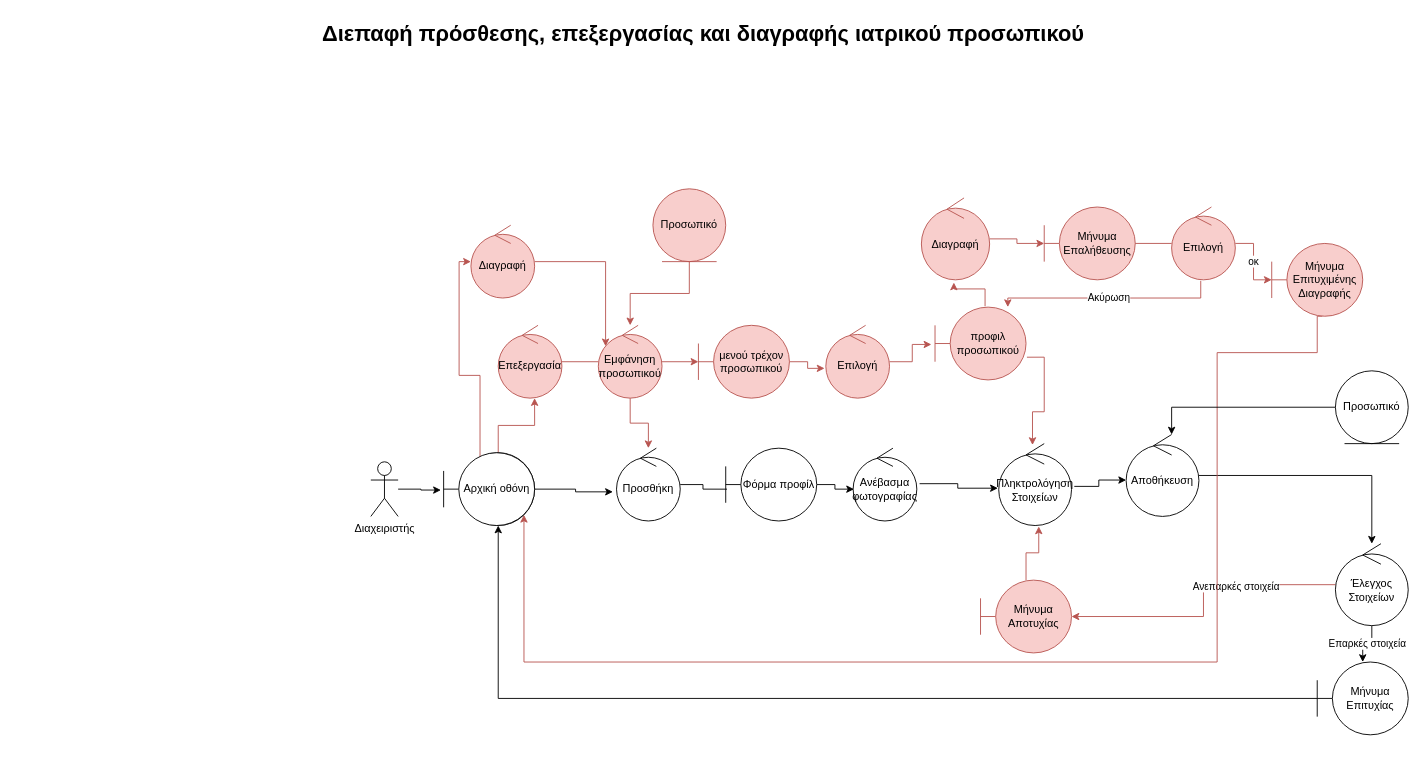
Earlier version of the draw.io diagram 3η Παραδοση/spyros_robustness/r_epeksergasia_iatrikou.drawio (PMamasoulas/SoftwareEngineeringProject). Source tidied: cells renumbered, new cells numbered last; positions are measured from the earlier drawing's top-left corner, leaving out a move shared by most shapes. Both pictures are drawn from the tidied source at 91%, with x=0, y=0 at pixel (15, 15).
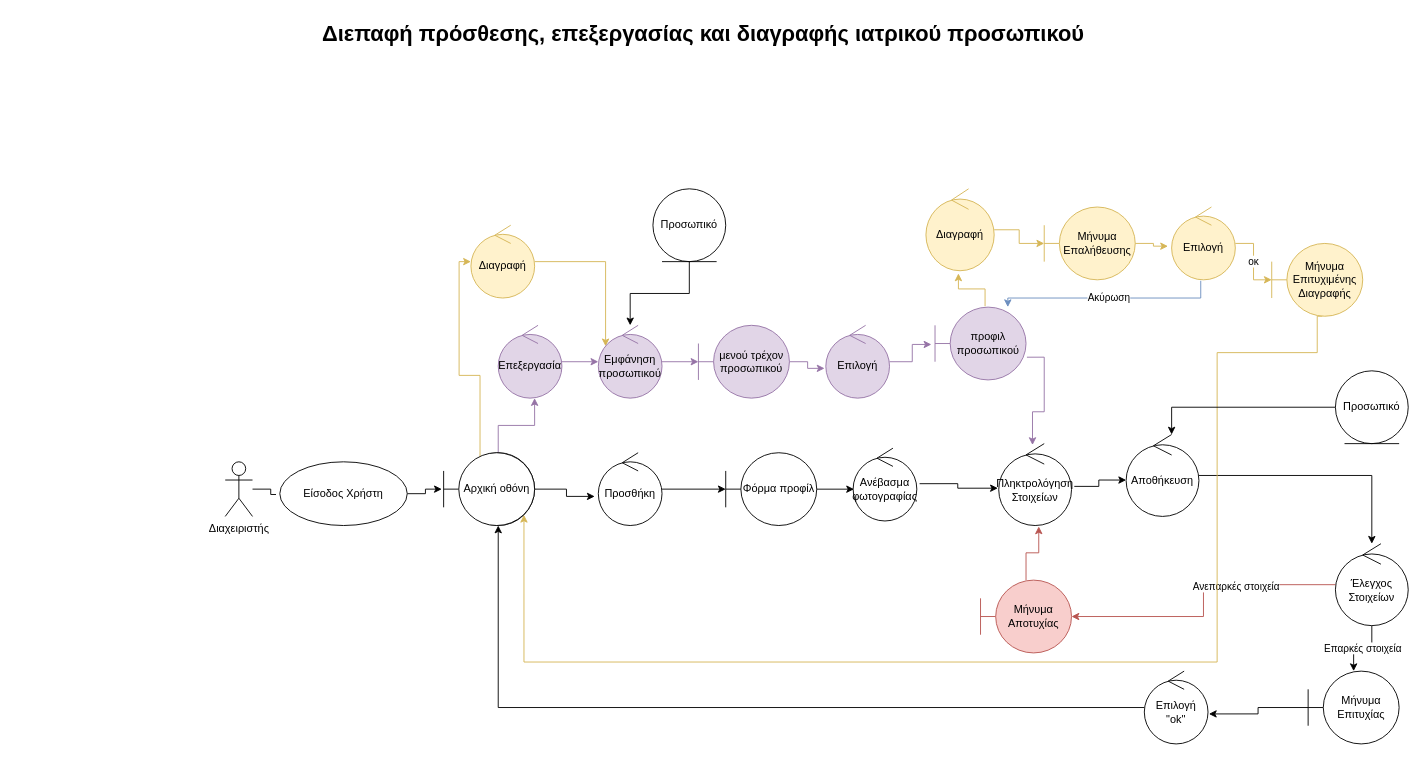
The same diagram, later.

The change refers to these unchanged cells:
```xml
<mxCell id="10" value="Αρχική οθόνη" style="ellipse;whiteSpace=wrap;html=1;" parent="1" vertex="1">
  <mxGeometry x="490" y="480" width="80" height="80" as="geometry" />
</mxCell>
<mxCell id="13" value="&lt;div&gt;Πληκτρολόγηση Στοιχείων&lt;br&gt;&lt;/div&gt;" style="ellipse;shape=umlControl;whiteSpace=wrap;html=1;" parent="1" vertex="1">
  <mxGeometry x="1080" y="470" width="80" height="90" as="geometry" />
</mxCell>
<mxCell id="42" value="Αρχική οθόνη" style="shape=umlBoundary;whiteSpace=wrap;html=1;" parent="1" vertex="1">
  <mxGeometry x="470" y="480" width="100" height="80" as="geometry" />
</mxCell>
```

The edit, as a diff of the source:
```diff
@@
+    <mxCell id="54" style="edgeStyle=orthogonalEdgeStyle;rounded=0;jettySize=auto;html=1;entryX=0;entryY=0.5;entryDx=0;entryDy=0;entryPerimeter=0;" parent="1" edge="1" source="4" target="53">
+      <mxGeometry relative="1" as="geometry" />
+    </mxCell>
     <mxCell id="4" value="Προσθήκη" style="ellipse;shape=umlControl;whiteSpace=wrap;html=1;" parent="1" vertex="1">
-      <mxGeometry x="660" y="475" width="70" height="80" as="geometry" />
+      <mxGeometry x="640" y="480" width="70" height="80" as="geometry" />
     </mxCell>
-    <mxCell id="5" style="edgeStyle=orthogonalEdgeStyle;rounded=0;jettySize=auto;html=1;entryX=-0.03;entryY=0.513;entryDx=0;entryDy=0;entryPerimeter=0;" parent="1" edge="1" source="6" target="42">
+    <mxCell id="5" style="edgeStyle=orthogonalEdgeStyle;rounded=0;jettySize=auto;html=1;startArrow=none;entryX=-0.02;entryY=0.5;entryDx=0;entryDy=0;entryPerimeter=0;" parent="1" edge="1" source="56" target="42">
       <mxGeometry relative="1" as="geometry" />
     </mxCell>
     <mxCell id="6" value="Διαχειριστής" style="shape=umlActor;verticalLabelPosition=bottom;verticalAlign=top;html=1;outlineConnect=0;" parent="1" vertex="1">
-      <mxGeometry x="390" y="490" width="30" height="60" as="geometry" />
+      <mxGeometry x="230" y="490" width="30" height="60" as="geometry" />
     </mxCell>
@@
-    <mxCell id="8" style="edgeStyle=orthogonalEdgeStyle;rounded=0;jettySize=auto;html=1;entryX=0.571;entryY=1;entryDx=0;entryDy=0;entryPerimeter=0;fillColor=#f8cecc;strokeColor=#b85450;" parent="1" edge="1" source="10" target="26">
+    <mxCell id="8" style="edgeStyle=orthogonalEdgeStyle;rounded=0;jettySize=auto;html=1;entryX=0.571;entryY=1;entryDx=0;entryDy=0;entryPerimeter=0;fillColor=#e1d5e7;strokeColor=#9673a6;" parent="1" edge="1" source="10" target="26">
       <mxGeometry relative="1" as="geometry" />
     </mxCell>
-    <mxCell id="9" style="edgeStyle=orthogonalEdgeStyle;rounded=0;jettySize=auto;html=1;fillColor=#f8cecc;strokeColor=#b85450;" parent="1" edge="1" source="10" target="34">
+    <mxCell id="9" style="edgeStyle=orthogonalEdgeStyle;rounded=0;jettySize=auto;html=1;fillColor=#fff2cc;strokeColor=#d6b656;" parent="1" edge="1" source="10" target="34">
       <mxGeometry relative="1" as="geometry">
         <Array as="points">
           <mxPoint x="510" y="395" />
           <mxPoint x="487" y="395" />
           <mxPoint x="487" y="270" />
         </Array>
       </mxGeometry>
     </mxCell>
@@
-    <mxCell id="21" style="edgeStyle=orthogonalEdgeStyle;rounded=0;jettySize=auto;html=1;entryX=0.5;entryY=1;entryDx=0;entryDy=0;" parent="1" edge="1" source="22" target="10">
+    <mxCell id="21" style="edgeStyle=orthogonalEdgeStyle;rounded=0;jettySize=auto;html=1;entryX=0.5;entryY=1;entryDx=0;entryDy=0;startArrow=none;" parent="1" edge="1" source="58" target="10">
       <mxGeometry relative="1" as="geometry" />
     </mxCell>
+    <mxCell id="55" style="edgeStyle=orthogonalEdgeStyle;rounded=0;jettySize=auto;html=1;entryX=1.014;entryY=0.588;entryDx=0;entryDy=0;entryPerimeter=0;" parent="1" edge="1" source="22" target="58">
+      <mxGeometry relative="1" as="geometry" />
+    </mxCell>
     <mxCell id="22" value="Μήνυμα Επιτυχίας" style="shape=umlBoundary;whiteSpace=wrap;html=1;fontFamily=Helvetica;fontSize=12;fontColor=#000000;align=center;strokeColor=#000000;fillColor=#ffffff;" parent="1" vertex="1">
-      <mxGeometry x="1430" y="710" width="100" height="80" as="geometry" />
+      <mxGeometry x="1420" y="720" width="100" height="80" as="geometry" />
     </mxCell>
@@
-    <mxCell id="25" style="edgeStyle=orthogonalEdgeStyle;rounded=0;jettySize=auto;html=1;entryX=0;entryY=0.5;entryDx=0;entryDy=0;fillColor=#f8cecc;strokeColor=#b85450;startArrow=none;" parent="1" edge="1" source="51" target="28">
+    <mxCell id="25" style="edgeStyle=orthogonalEdgeStyle;rounded=0;jettySize=auto;html=1;entryX=0;entryY=0.5;entryDx=0;entryDy=0;fillColor=#e1d5e7;strokeColor=#9673a6;startArrow=none;" parent="1" edge="1" source="51" target="28">
       <mxGeometry relative="1" as="geometry" />
     </mxCell>
+    <mxCell id="52" style="edgeStyle=orthogonalEdgeStyle;rounded=0;jettySize=auto;html=1;entryX=0;entryY=0.5;entryDx=0;entryDy=0;entryPerimeter=0;fillColor=#e1d5e7;strokeColor=#9673a6;" parent="1" edge="1" source="26" target="51">
+      <mxGeometry relative="1" as="geometry" />
+    </mxCell>
-    <mxCell id="26" value="Επεξεργασία" style="ellipse;shape=umlControl;whiteSpace=wrap;html=1;fillColor=#f8cecc;strokeColor=#b85450;" parent="1" vertex="1">
+    <mxCell id="26" value="Επεξεργασία" style="ellipse;shape=umlControl;whiteSpace=wrap;html=1;fillColor=#e1d5e7;strokeColor=#9673a6;" parent="1" vertex="1">
       <mxGeometry x="530" y="340" width="70" height="80" as="geometry" />
     </mxCell>
-    <mxCell id="27" style="edgeStyle=orthogonalEdgeStyle;rounded=0;jettySize=auto;html=1;entryX=-0.02;entryY=0.591;entryDx=0;entryDy=0;entryPerimeter=0;fillColor=#f8cecc;strokeColor=#b85450;" parent="1" edge="1" source="28" target="30">
+    <mxCell id="27" style="edgeStyle=orthogonalEdgeStyle;rounded=0;jettySize=auto;html=1;entryX=-0.02;entryY=0.591;entryDx=0;entryDy=0;entryPerimeter=0;fillColor=#e1d5e7;strokeColor=#9673a6;" parent="1" edge="1" source="28" target="30">
       <mxGeometry relative="1" as="geometry" />
     </mxCell>
-    <mxCell id="28" value="μενού τρέχον προσωπικού" style="shape=umlBoundary;whiteSpace=wrap;html=1;fontFamily=Helvetica;fontSize=12;align=center;strokeColor=#b85450;fillColor=#f8cecc;" parent="1" vertex="1">
+    <mxCell id="28" value="μενού τρέχον προσωπικού" style="shape=umlBoundary;whiteSpace=wrap;html=1;fontFamily=Helvetica;fontSize=12;align=center;strokeColor=#9673a6;fillColor=#e1d5e7;" parent="1" vertex="1">
       <mxGeometry x="750" y="340" width="100" height="80" as="geometry" />
     </mxCell>
-    <mxCell id="29" style="edgeStyle=orthogonalEdgeStyle;rounded=0;jettySize=auto;html=1;entryX=-0.04;entryY=0.513;entryDx=0;entryDy=0;entryPerimeter=0;fillColor=#f8cecc;strokeColor=#b85450;" parent="1" edge="1" source="30" target="43">
+    <mxCell id="29" style="edgeStyle=orthogonalEdgeStyle;rounded=0;jettySize=auto;html=1;entryX=-0.04;entryY=0.513;entryDx=0;entryDy=0;entryPerimeter=0;fillColor=#e1d5e7;strokeColor=#9673a6;" parent="1" edge="1" source="30" target="43">
       <mxGeometry relative="1" as="geometry" />
     </mxCell>
-    <mxCell id="30" value="Επιλογή" style="ellipse;shape=umlControl;whiteSpace=wrap;html=1;fillColor=#f8cecc;strokeColor=#b85450;" parent="1" vertex="1">
+    <mxCell id="30" value="Επιλογή" style="ellipse;shape=umlControl;whiteSpace=wrap;html=1;fillColor=#e1d5e7;strokeColor=#9673a6;" parent="1" vertex="1">
       <mxGeometry x="890" y="340" width="70" height="80" as="geometry" />
     </mxCell>
-    <mxCell id="31" style="edgeStyle=orthogonalEdgeStyle;rounded=0;jettySize=auto;html=1;entryX=0.464;entryY=0.017;entryDx=0;entryDy=0;entryPerimeter=0;exitX=1.01;exitY=0.688;exitDx=0;exitDy=0;exitPerimeter=0;fillColor=#f8cecc;strokeColor=#b85450;" parent="1" edge="1" source="43" target="13">
+    <mxCell id="31" style="edgeStyle=orthogonalEdgeStyle;rounded=0;jettySize=auto;html=1;entryX=0.464;entryY=0.017;entryDx=0;entryDy=0;entryPerimeter=0;exitX=1.01;exitY=0.688;exitDx=0;exitDy=0;exitPerimeter=0;fillColor=#e1d5e7;strokeColor=#9673a6;" parent="1" edge="1" source="43" target="13">
       <mxGeometry relative="1" as="geometry" />
     </mxCell>
-    <mxCell id="32" style="edgeStyle=orthogonalEdgeStyle;rounded=0;jettySize=auto;html=1;entryX=0.476;entryY=1.033;entryDx=0;entryDy=0;entryPerimeter=0;fillColor=#f8cecc;strokeColor=#b85450;exitX=0.55;exitY=-0.012;exitDx=0;exitDy=0;exitPerimeter=0;" parent="1" edge="1" source="43" target="36">
+    <mxCell id="32" style="edgeStyle=orthogonalEdgeStyle;rounded=0;jettySize=auto;html=1;entryX=0.476;entryY=1.033;entryDx=0;entryDy=0;entryPerimeter=0;fillColor=#fff2cc;strokeColor=#d6b656;exitX=0.55;exitY=-0.012;exitDx=0;exitDy=0;exitPerimeter=0;" parent="1" edge="1" source="43" target="36">
       <mxGeometry relative="1" as="geometry" />
     </mxCell>
-    <mxCell id="33" style="edgeStyle=orthogonalEdgeStyle;rounded=0;jettySize=auto;html=1;entryX=0.114;entryY=0.288;entryDx=0;entryDy=0;fillColor=#f8cecc;strokeColor=#b85450;entryPerimeter=0;" parent="1" edge="1" source="34" target="51">
+    <mxCell id="33" style="edgeStyle=orthogonalEdgeStyle;rounded=0;jettySize=auto;html=1;entryX=0.114;entryY=0.288;entryDx=0;entryDy=0;fillColor=#fff2cc;strokeColor=#d6b656;entryPerimeter=0;" parent="1" edge="1" source="34" target="51">
       <mxGeometry relative="1" as="geometry" />
     </mxCell>
-    <mxCell id="34" value="Διαγραφή" style="ellipse;shape=umlControl;whiteSpace=wrap;html=1;fillColor=#f8cecc;strokeColor=#b85450;" parent="1" vertex="1">
+    <mxCell id="34" value="Διαγραφή" style="ellipse;shape=umlControl;whiteSpace=wrap;html=1;fillColor=#fff2cc;strokeColor=#d6b656;" parent="1" vertex="1">
       <mxGeometry x="500" y="230" width="70" height="80" as="geometry" />
     </mxCell>
-    <mxCell id="35" style="edgeStyle=orthogonalEdgeStyle;rounded=0;jettySize=auto;html=1;entryX=0;entryY=0.5;entryDx=0;entryDy=0;fillColor=#f8cecc;strokeColor=#b85450;" parent="1" edge="1" source="36" target="39">
+    <mxCell id="35" style="edgeStyle=orthogonalEdgeStyle;rounded=0;jettySize=auto;html=1;entryX=0;entryY=0.5;entryDx=0;entryDy=0;fillColor=#fff2cc;strokeColor=#d6b656;" parent="1" edge="1" source="36" target="39">
       <mxGeometry relative="1" as="geometry" />
     </mxCell>
-    <mxCell id="36" value="Διαγραφή" style="ellipse;shape=umlControl;whiteSpace=wrap;html=1;fillColor=#f8cecc;strokeColor=#b85450;" parent="1" vertex="1">
-      <mxGeometry x="995" y="200" width="75" height="90" as="geometry" />
+    <mxCell id="36" value="Διαγραφή" style="ellipse;shape=umlControl;whiteSpace=wrap;html=1;fillColor=#fff2cc;strokeColor=#d6b656;" parent="1" vertex="1">
+      <mxGeometry x="1000" y="190" width="75" height="90" as="geometry" />
     </mxCell>
-    <mxCell id="37" value="οκ" style="edgeStyle=orthogonalEdgeStyle;rounded=0;jettySize=auto;html=1;entryX=0;entryY=0.5;entryDx=0;entryDy=0;fillColor=#f8cecc;strokeColor=#b85450;startArrow=none;" parent="1" edge="1" source="44" target="41">
+    <mxCell id="37" value="οκ" style="edgeStyle=orthogonalEdgeStyle;rounded=0;jettySize=auto;html=1;entryX=0;entryY=0.5;entryDx=0;entryDy=0;fillColor=#fff2cc;strokeColor=#d6b656;startArrow=none;" parent="1" edge="1" source="44" target="41">
       <mxGeometry relative="1" as="geometry" />
     </mxCell>
-    <mxCell id="38" value="Ακύρωση" style="edgeStyle=orthogonalEdgeStyle;rounded=0;jettySize=auto;html=1;fillColor=#f8cecc;strokeColor=#b85450;exitX=0.457;exitY=1.013;exitDx=0;exitDy=0;exitPerimeter=0;" parent="1" edge="1" source="44" target="43">
+    <mxCell id="38" value="Ακύρωση" style="edgeStyle=orthogonalEdgeStyle;rounded=0;jettySize=auto;html=1;fillColor=#dae8fc;strokeColor=#6c8ebf;exitX=0.457;exitY=1.013;exitDx=0;exitDy=0;exitPerimeter=0;" parent="1" edge="1" source="44" target="43">
       <mxGeometry relative="1" as="geometry">
         <Array as="points">
           <mxPoint x="1302" y="310" />
           <mxPoint x="1090" y="310" />
         </Array>
       </mxGeometry>
     </mxCell>
+    <mxCell id="45" style="edgeStyle=orthogonalEdgeStyle;rounded=0;jettySize=auto;html=1;entryX=-0.057;entryY=0.538;entryDx=0;entryDy=0;entryPerimeter=0;fillColor=#fff2cc;strokeColor=#d6b656;" parent="1" edge="1" source="39" target="44">
+      <mxGeometry relative="1" as="geometry" />
+    </mxCell>
-    <mxCell id="39" value="Μήνυμα Επαλήθευσης" style="shape=umlBoundary;whiteSpace=wrap;html=1;fontFamily=Helvetica;fontSize=12;align=center;strokeColor=#b85450;fillColor=#f8cecc;" parent="1" vertex="1">
+    <mxCell id="39" value="Μήνυμα Επαλήθευσης" style="shape=umlBoundary;whiteSpace=wrap;html=1;fontFamily=Helvetica;fontSize=12;align=center;strokeColor=#d6b656;fillColor=#fff2cc;" parent="1" vertex="1">
       <mxGeometry x="1130" y="210" width="100" height="80" as="geometry" />
     </mxCell>
-    <mxCell id="40" style="edgeStyle=orthogonalEdgeStyle;rounded=0;jettySize=auto;html=1;entryX=1;entryY=1;entryDx=0;entryDy=0;fillColor=#f8cecc;strokeColor=#b85450;exitX=0.556;exitY=1;exitDx=0;exitDy=0;exitPerimeter=0;" parent="1" edge="1" source="41" target="10">
+    <mxCell id="40" style="edgeStyle=orthogonalEdgeStyle;rounded=0;jettySize=auto;html=1;entryX=1;entryY=1;entryDx=0;entryDy=0;fillColor=#fff2cc;strokeColor=#d6b656;exitX=0.556;exitY=1;exitDx=0;exitDy=0;exitPerimeter=0;" parent="1" edge="1" source="41" target="10">
       <mxGeometry relative="1" as="geometry">
         <Array as="points">
           <mxPoint x="1430" y="370" />
           <mxPoint x="1320" y="370" />
           <mxPoint x="1320" y="710" />
           <mxPoint x="558" y="710" />
         </Array>
       </mxGeometry>
     </mxCell>
-    <mxCell id="41" value="Μήνυμα Επιτυχιμένης Διαγραφής" style="shape=umlBoundary;whiteSpace=wrap;html=1;fontFamily=Helvetica;fontSize=12;align=center;strokeColor=#b85450;fillColor=#f8cecc;" parent="1" vertex="1">
+    <mxCell id="41" value="Μήνυμα Επιτυχιμένης Διαγραφής" style="shape=umlBoundary;whiteSpace=wrap;html=1;fontFamily=Helvetica;fontSize=12;align=center;strokeColor=#d6b656;fillColor=#fff2cc;" parent="1" vertex="1">
       <mxGeometry x="1380" y="250" width="100" height="80" as="geometry" />
     </mxCell>
@@
-    <mxCell id="43" value="προφιλ προσωπικού" style="shape=umlBoundary;whiteSpace=wrap;html=1;fillColor=#f8cecc;strokeColor=#b85450;" parent="1" vertex="1">
+    <mxCell id="43" value="προφιλ προσωπικού" style="shape=umlBoundary;whiteSpace=wrap;html=1;fillColor=#e1d5e7;strokeColor=#9673a6;" parent="1" vertex="1">
       <mxGeometry x="1010" y="320" width="100" height="80" as="geometry" />
     </mxCell>
-    <mxCell id="44" value="Επιλογή" style="ellipse;shape=umlControl;whiteSpace=wrap;html=1;fillColor=#f8cecc;strokeColor=#b85450;" parent="1" vertex="1">
+    <mxCell id="44" value="Επιλογή" style="ellipse;shape=umlControl;whiteSpace=wrap;html=1;fillColor=#fff2cc;strokeColor=#d6b656;" parent="1" vertex="1">
       <mxGeometry x="1270" y="210" width="70" height="80" as="geometry" />
     </mxCell>
-    <mxCell id="45" style="edgeStyle=orthogonalEdgeStyle;rounded=0;jettySize=auto;html=1;entryX=0;entryY=0.5;entryDx=0;entryDy=0;fillColor=#f8cecc;strokeColor=#b85450;endArrow=none;" parent="1" edge="1" source="39" target="44">
-      <mxGeometry relative="1" as="geometry" />
-    </mxCell>
@@
-    <mxCell id="48" style="edgeStyle=orthogonalEdgeStyle;rounded=0;jettySize=auto;html=1;fillColor=#f8cecc;strokeColor=#b85450;" parent="1" edge="1" source="49" target="51">
+    <mxCell id="48" style="edgeStyle=orthogonalEdgeStyle;rounded=0;jettySize=auto;html=1;" parent="1" edge="1" source="49" target="51">
       <mxGeometry relative="1" as="geometry" />
     </mxCell>
-    <mxCell id="49" value="Προσωπικό" style="ellipse;shape=umlEntity;whiteSpace=wrap;html=1;fillColor=#f8cecc;strokeColor=#b85450;" parent="1" vertex="1">
+    <mxCell id="49" value="Προσωπικό" style="ellipse;shape=umlEntity;whiteSpace=wrap;html=1;" parent="1" vertex="1">
       <mxGeometry x="700" y="190" width="80" height="80" as="geometry" />
     </mxCell>
-    <mxCell id="50" style="edgeStyle=orthogonalEdgeStyle;rounded=0;jettySize=auto;html=1;fillColor=#f8cecc;strokeColor=#b85450;" parent="1" edge="1" source="51" target="4">
-      <mxGeometry relative="1" as="geometry" />
-    </mxCell>
-    <mxCell id="51" value="Εμφάνηση προσωπικού" style="ellipse;shape=umlControl;whiteSpace=wrap;html=1;fillColor=#f8cecc;strokeColor=#b85450;" parent="1" vertex="1">
+    <mxCell id="51" value="Εμφάνηση προσωπικού" style="ellipse;shape=umlControl;whiteSpace=wrap;html=1;fillColor=#e1d5e7;strokeColor=#9673a6;" parent="1" vertex="1">
       <mxGeometry x="640" y="340" width="70" height="80" as="geometry" />
     </mxCell>
-    <mxCell id="52" style="edgeStyle=orthogonalEdgeStyle;rounded=0;jettySize=auto;html=1;entryX=0;entryY=0.5;entryDx=0;entryDy=0;fillColor=#f8cecc;strokeColor=#b85450;endArrow=none;" parent="1" edge="1" source="26" target="51">
-      <mxGeometry relative="1" as="geometry" />
-    </mxCell>
     <mxCell id="53" value="Φόρμα προφίλ" style="shape=umlBoundary;whiteSpace=wrap;html=1;" parent="1" vertex="1">
-      <mxGeometry x="780" y="475" width="100" height="80" as="geometry" />
+      <mxGeometry x="780" y="480" width="100" height="80" as="geometry" />
     </mxCell>
-    <mxCell id="54" style="edgeStyle=orthogonalEdgeStyle;rounded=0;jettySize=auto;html=1;entryX=0.014;entryY=0.563;entryDx=0;entryDy=0;entryPerimeter=0;endArrow=none;" parent="1" edge="1" source="4" target="53">
-      <mxGeometry relative="1" as="geometry" />
-    </mxCell>
+    <mxCell id="56" value="Είσοδος Χρήστη" style="ellipse;whiteSpace=wrap;html=1;" parent="1" vertex="1">
+      <mxGeometry x="290" y="490" width="140" height="70" as="geometry" />
+    </mxCell>
+    <mxCell id="57" style="edgeStyle=orthogonalEdgeStyle;rounded=0;jettySize=auto;html=1;entryX=-0.03;entryY=0.513;entryDx=0;entryDy=0;entryPerimeter=0;endArrow=none;" parent="1" edge="1" source="6" target="56">
+      <mxGeometry relative="1" as="geometry" />
+    </mxCell>
+    <mxCell id="58" value="Επιλογή &quot;ok&quot;" style="ellipse;shape=umlControl;whiteSpace=wrap;html=1;" parent="1" vertex="1">
+      <mxGeometry x="1240" y="720" width="70" height="80" as="geometry" />
+    </mxCell>
```
